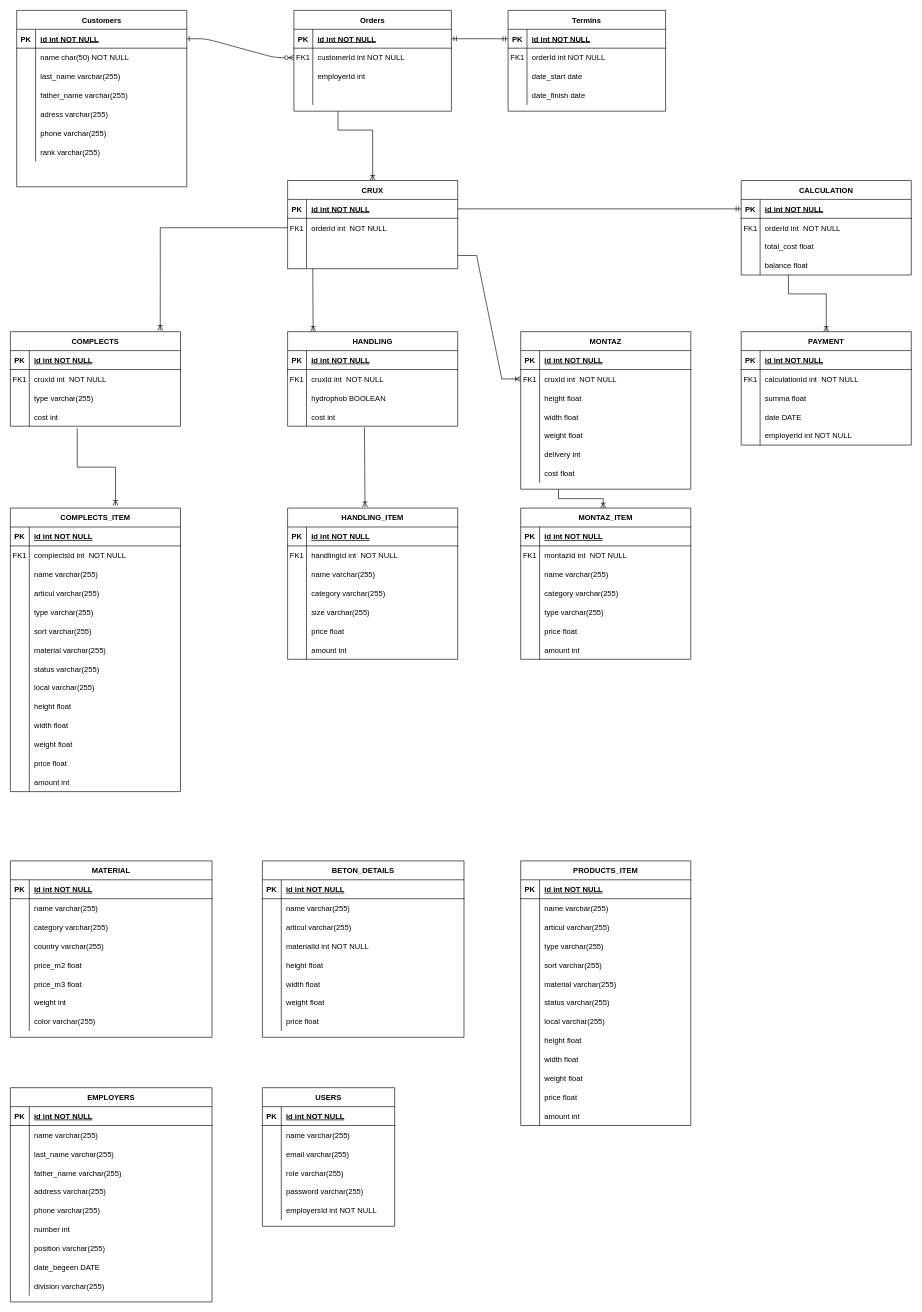
Before: page "Page-1" (1 of 2) of Untitled Diagram.drawio in Tirpitztt/Dogs, a draw.io diagram. Source tidied: cells renumbered, new cells numbered last; positions are measured from the earlier drawing's top-left corner, leaving out a move shared by most shapes. Both pictures are drawn from the tidied source at 63%, with x=0, y=0 at pixel (10, 10).
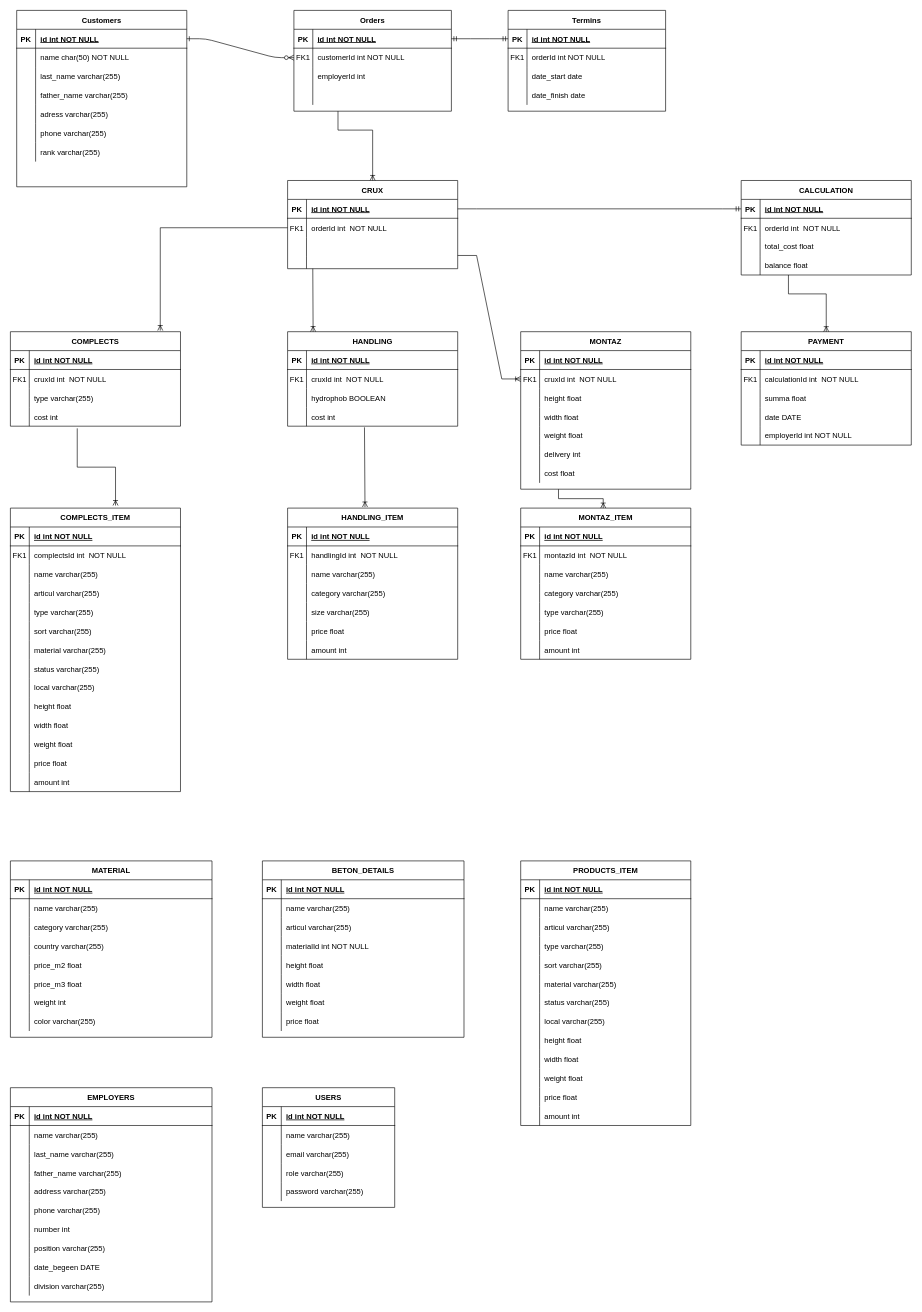
After the change.

The edit, as a diff of the source:
```diff
@@
     <mxCell id="359" value="USERS" style="shape=table;startSize=30;childLayout=tableLayout;rowLines=0;fontStyle=1;align=center;" parent="1" vertex="1">
-      <mxGeometry x="400" y="1710" width="210" height="220" as="geometry" />
+      <mxGeometry x="400" y="1710" width="210" height="190" as="geometry" />
     </mxCell>
@@
-    <mxCell id="375" style="shape=partialRectangle;fillColor=none;top=0;left=0;bottom=0;right=0;" parent="359" vertex="1">
-      <mxGeometry y="180" width="210" height="30" as="geometry" />
-    </mxCell>
-    <mxCell id="376" style="shape=partialRectangle;fillColor=none;top=0;left=0;bottom=0;right=0;overflow=hidden;" parent="375" vertex="1">
-      <mxGeometry width="30" height="30" as="geometry" />
-    </mxCell>
-    <mxCell id="377" value="employersId int NOT NULL" style="shape=partialRectangle;fillColor=none;top=0;left=0;bottom=0;right=0;align=left;spacingLeft=6;overflow=hidden;" parent="375" vertex="1">
-      <mxGeometry x="30" width="180" height="30" as="geometry" />
-    </mxCell>
```
